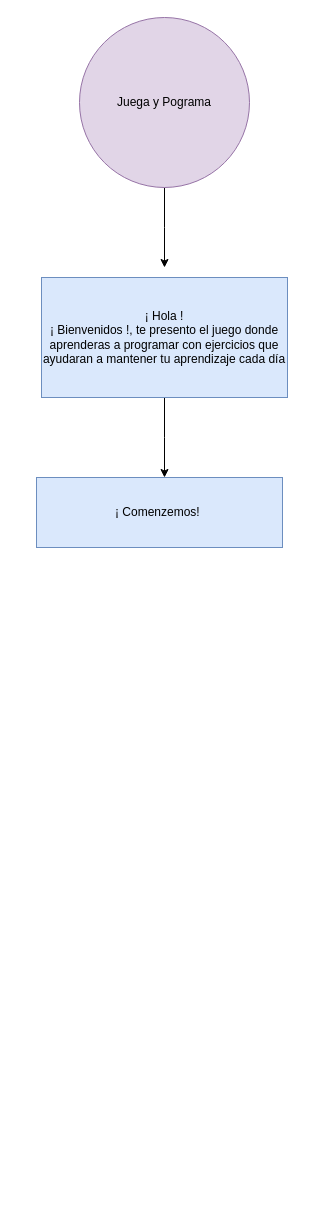
The draw.io diagram Juego.drawio in Daniela90-prog/Daniela.Programate, before the edit. Source tidied: cells renumbered, new cells numbered last; positions are measured from the earlier drawing's top-left corner, leaving out a move shared by most shapes. Both pictures are drawn from the tidied source at 100%, with x=0, y=0 at pixel (36, 17).
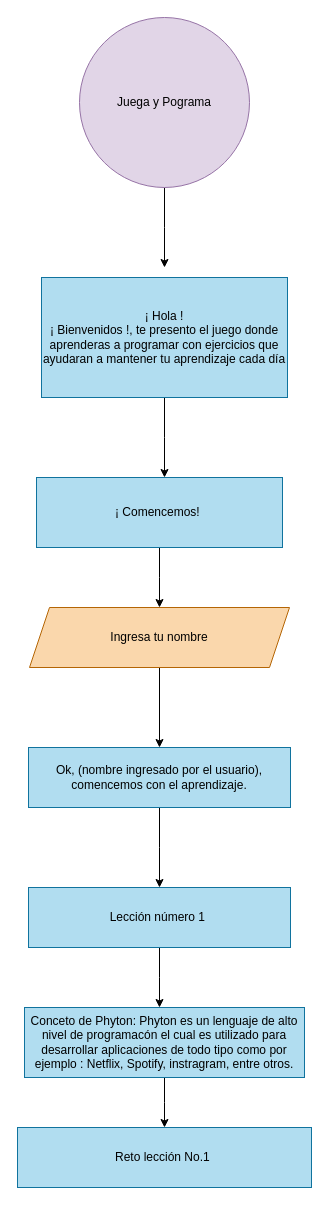
After the change.

The edit, as a diff of the source:
```diff
@@
-    <mxCell id="5" value="¡ Hola !&lt;br&gt;¡ Bienvenidos !, te presento el juego donde aprenderas a programar con ejercicios que ayudaran a mantener tu aprendizaje cada día" style="rounded=0;whiteSpace=wrap;html=1;fillColor=#dae8fc;strokeColor=#6c8ebf;" parent="1" vertex="1">
+    <mxCell id="5" value="¡ Hola !&lt;br&gt;¡ Bienvenidos !, te presento el juego donde aprenderas a programar con ejercicios que ayudaran a mantener tu aprendizaje cada día" style="rounded=0;whiteSpace=wrap;html=1;fillColor=#b1ddf0;strokeColor=#10739e;" parent="1" vertex="1">
       <mxGeometry x="5" y="260" width="246" height="120" as="geometry" />
     </mxCell>
+    <mxCell id="7" style="edgeStyle=orthogonalEdgeStyle;rounded=0;jettySize=auto;html=1;" parent="1" edge="1" source="6">
+      <mxGeometry relative="1" as="geometry">
+        <mxPoint x="123" y="590" as="targetPoint" />
+      </mxGeometry>
+    </mxCell>
-    <mxCell id="6" value="¡ Comenzemos!&amp;nbsp;" style="rounded=0;whiteSpace=wrap;html=1;fillColor=#dae8fc;strokeColor=#6c8ebf;" parent="1" vertex="1">
+    <mxCell id="6" value="¡ Comencemos!&amp;nbsp;" style="rounded=0;whiteSpace=wrap;html=1;fillColor=#b1ddf0;strokeColor=#10739e;" parent="1" vertex="1">
       <mxGeometry y="460" width="246" height="70" as="geometry" />
     </mxCell>
+    <mxCell id="8" style="edgeStyle=orthogonalEdgeStyle;rounded=0;jettySize=auto;html=1;exitX=0.5;exitY=1;exitDx=0;exitDy=0;entryX=0.5;entryY=0;entryDx=0;entryDy=0;" parent="1" edge="1" source="9" target="11">
+      <mxGeometry relative="1" as="geometry" />
+    </mxCell>
+    <mxCell id="9" value="Ingresa tu nombre" style="shape=parallelogram;perimeter=parallelogramPerimeter;whiteSpace=wrap;html=1;fixedSize=1;fillColor=#fad7ac;strokeColor=#b46504;" parent="1" vertex="1">
+      <mxGeometry x="-7" y="590" width="260" height="60" as="geometry" />
+    </mxCell>
+    <mxCell id="10" style="edgeStyle=orthogonalEdgeStyle;rounded=0;jettySize=auto;html=1;" parent="1" edge="1" source="11">
+      <mxGeometry relative="1" as="geometry">
+        <mxPoint x="123" y="870" as="targetPoint" />
+      </mxGeometry>
+    </mxCell>
+    <mxCell id="11" value="Ok, (nombre ingresado por el usuario), comencemos con el aprendizaje." style="rounded=0;whiteSpace=wrap;html=1;fillColor=#b1ddf0;strokeColor=#10739e;" parent="1" vertex="1">
+      <mxGeometry x="-8" y="730" width="262" height="60" as="geometry" />
+    </mxCell>
+    <mxCell id="12" style="edgeStyle=orthogonalEdgeStyle;rounded=0;jettySize=auto;html=1;exitX=0.5;exitY=1;exitDx=0;exitDy=0;" parent="1" edge="1" source="13">
+      <mxGeometry relative="1" as="geometry">
+        <mxPoint x="123" y="990" as="targetPoint" />
+      </mxGeometry>
+    </mxCell>
+    <mxCell id="13" value="Lección número 1&amp;nbsp;" style="rounded=0;whiteSpace=wrap;html=1;fillColor=#b1ddf0;strokeColor=#10739e;" parent="1" vertex="1">
+      <mxGeometry x="-8" y="870" width="262" height="60" as="geometry" />
+    </mxCell>
+    <mxCell id="14" style="edgeStyle=orthogonalEdgeStyle;rounded=0;jettySize=auto;html=1;" parent="1" edge="1" source="15">
+      <mxGeometry relative="1" as="geometry">
+        <mxPoint x="128" y="1110" as="targetPoint" />
+      </mxGeometry>
+    </mxCell>
+    <mxCell id="15" value="Conceto de Phyton: Phyton es un lenguaje de alto nivel de programacón el cual es utilizado para desarrollar aplicaciones de todo tipo como por ejemplo : Netflix, Spotify, instragram, entre otros." style="rounded=0;whiteSpace=wrap;html=1;fillColor=#b1ddf0;strokeColor=#10739e;" parent="1" vertex="1">
+      <mxGeometry x="-12" y="990" width="280" height="70" as="geometry" />
+    </mxCell>
+    <mxCell id="16" value="Reto lección No.1&amp;nbsp;" style="rounded=0;whiteSpace=wrap;html=1;fillColor=#b1ddf0;strokeColor=#10739e;" parent="1" vertex="1">
+      <mxGeometry x="-19" y="1110" width="294" height="60" as="geometry" />
+    </mxCell>
```
